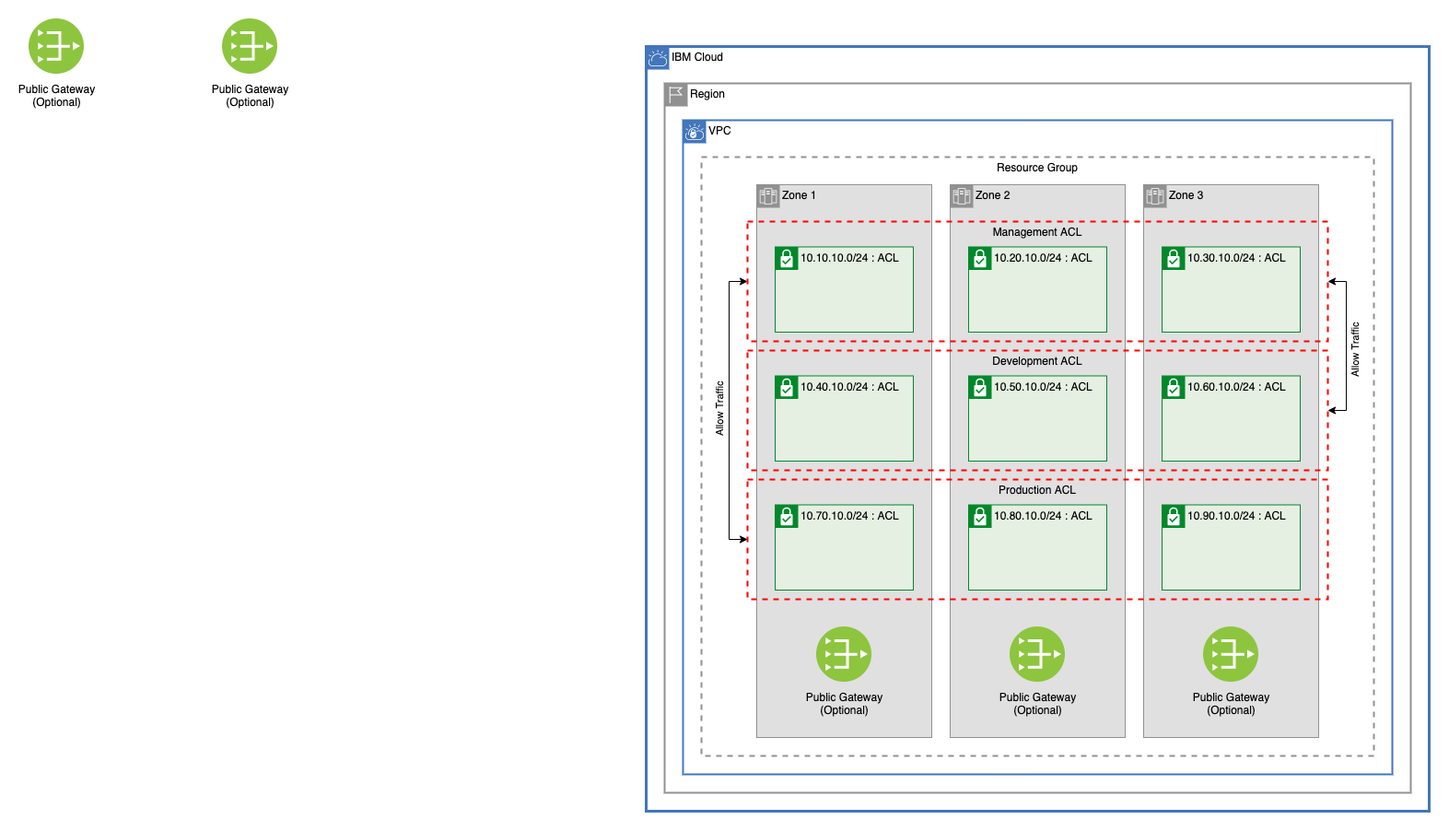
The draw.io diagram .docs/mt-vpc.png in Cloud-Schematics/easy-multitier-vpc, before a commit. Source tidied: cells renumbered, new cells last; positions are measured from the earlier drawing's top-left corner, leaving out a move shared by most shapes. The source it was exported from:
```xml
<mxGraphModel>
  <root>
    <mxCell id="0" />
    <mxCell id="1" parent="0" />
    <mxCell id="2" value="Zone 3" style="shape=mxgraph.ibm.box;prType=zone;fontStyle=0;verticalAlign=top;align=left;spacingLeft=32;spacingTop=4;fillColor=#E0E0E0;rounded=0;whiteSpace=wrap;html=1;strokeColor=#919191;strokeWidth=1;dashed=0;spacing=-4;" parent="1" vertex="1">
      <mxGeometry x="1210" y="180" width="190" height="600" as="geometry" />
    </mxCell>
    <mxCell id="3" value="Zone 2" style="shape=mxgraph.ibm.box;prType=zone;fontStyle=0;verticalAlign=top;align=left;spacingLeft=32;spacingTop=4;fillColor=#E0E0E0;rounded=0;whiteSpace=wrap;html=1;strokeColor=#919191;strokeWidth=1;dashed=0;spacing=-4;" parent="1" vertex="1">
      <mxGeometry x="1000" y="180" width="190" height="600" as="geometry" />
    </mxCell>
    <mxCell id="4" value="Zone 1" style="shape=mxgraph.ibm.box;prType=zone;fontStyle=0;verticalAlign=top;align=left;spacingLeft=32;spacingTop=4;fillColor=#E0E0E0;rounded=0;whiteSpace=wrap;html=1;strokeColor=#919191;strokeWidth=1;dashed=0;spacing=-4;" parent="1" vertex="1">
      <mxGeometry x="790" y="180" width="190" height="600" as="geometry" />
    </mxCell>
    <mxCell id="5" value="Production ACL" style="fontStyle=0;verticalAlign=top;align=center;spacingTop=-2;fillColor=none;rounded=0;whiteSpace=wrap;html=1;strokeColor=#FF0000;strokeWidth=2;dashed=1;labelBackgroundColor=none;fontColor=#000000;" parent="1" vertex="1">
      <mxGeometry x="780" y="500" width="630" height="130" as="geometry" />
    </mxCell>
    <mxCell id="6" value="Development ACL" style="fontStyle=0;verticalAlign=top;align=center;spacingTop=-2;fillColor=none;rounded=0;whiteSpace=wrap;html=1;strokeColor=#FF0000;strokeWidth=2;dashed=1;labelBackgroundColor=none;fontColor=#000000;" parent="1" vertex="1">
      <mxGeometry x="780" y="360" width="630" height="130" as="geometry" />
    </mxCell>
    <mxCell id="7" value="VPC" style="shape=mxgraph.ibm.box;prType=vpc;fontStyle=0;verticalAlign=top;align=left;spacingLeft=32;spacingTop=4;fillColor=none;rounded=0;whiteSpace=wrap;html=1;strokeColor=#4376BB;strokeWidth=2;dashed=0;spacing=-4;labelBackgroundColor=none;fontColor=#000000;" parent="1" vertex="1">
      <mxGeometry x="710" y="110" width="770" height="710" as="geometry" />
    </mxCell>
    <mxCell id="8" value="10.10.10.0/24 : ACL" style="shape=mxgraph.ibm.box;prType=subnet;fontStyle=0;verticalAlign=top;align=left;spacingLeft=32;spacingTop=4;fillColor=#E6F0E2;rounded=0;whiteSpace=wrap;html=1;strokeColor=#00882B;strokeWidth=1;dashed=0;spacing=-4;" parent="1" vertex="1">
      <mxGeometry x="810" y="247.5" width="150" height="92.5" as="geometry" />
    </mxCell>
    <mxCell id="9" value="10.20.10.0/24 : ACL" style="shape=mxgraph.ibm.box;prType=subnet;fontStyle=0;verticalAlign=top;align=left;spacingLeft=32;spacingTop=4;fillColor=#E6F0E2;rounded=0;whiteSpace=wrap;html=1;strokeColor=#00882B;strokeWidth=1;dashed=0;spacing=-4;" parent="1" vertex="1">
      <mxGeometry x="1020" y="247.5" width="150" height="92.5" as="geometry" />
    </mxCell>
    <mxCell id="10" value="10.30.10.0/24 : ACL" style="shape=mxgraph.ibm.box;prType=subnet;fontStyle=0;verticalAlign=top;align=left;spacingLeft=32;spacingTop=4;fillColor=#E6F0E2;rounded=0;whiteSpace=wrap;html=1;strokeColor=#00882B;strokeWidth=1;dashed=0;spacing=-4;" parent="1" vertex="1">
      <mxGeometry x="1230" y="247.5" width="150" height="92.5" as="geometry" />
    </mxCell>
    <mxCell id="11" value="Public Gateway&lt;br&gt;(Optional)" style="perimeter=ellipsePerimeter;html=1;align=center;shadow=0;dashed=0;fontColor=#000000;fontSize=12;spacingTop=3;image;image=img/lib/ibm/vpc/PublicGateway.svg;labelBackgroundColor=none;" parent="1" vertex="1">
      <mxGeometry width="60" height="60" as="geometry" />
    </mxCell>
    <mxCell id="12" value="Public Gateway&lt;br&gt;(Optional)" style="perimeter=ellipsePerimeter;html=1;align=center;shadow=0;dashed=0;fontColor=#000000;fontSize=12;spacingTop=3;image;image=img/lib/ibm/vpc/PublicGateway.svg;labelBackgroundColor=none;" parent="1" vertex="1">
      <mxGeometry x="210" width="60" height="60" as="geometry" />
    </mxCell>
    <mxCell id="13" value="Public Gateway&lt;br&gt;(Optional)" style="perimeter=ellipsePerimeter;html=1;align=center;shadow=0;dashed=0;fontColor=#000000;fontSize=12;spacingTop=3;image;image=img/lib/ibm/vpc/PublicGateway.svg;labelBackgroundColor=none;" parent="1" vertex="1">
      <mxGeometry x="855" y="660" width="60" height="60" as="geometry" />
    </mxCell>
    <mxCell id="14" value="Resource Group" style="fontStyle=0;verticalAlign=top;align=center;spacingTop=-2;fillColor=none;rounded=0;whiteSpace=wrap;html=1;strokeColor=#919191;strokeWidth=2;dashed=1;labelBackgroundColor=none;fontColor=#000000;" parent="1" vertex="1">
      <mxGeometry x="730" y="150" width="730" height="650" as="geometry" />
    </mxCell>
    <mxCell id="15" value="Region" style="shape=mxgraph.ibm.box;prType=region;fontStyle=0;verticalAlign=top;align=left;spacingLeft=32;spacingTop=4;fillColor=none;rounded=0;whiteSpace=wrap;html=1;strokeColor=#919191;strokeWidth=2;dashed=0;spacing=-4;labelBackgroundColor=none;fontColor=#000000;" parent="1" vertex="1">
      <mxGeometry x="690" y="70" width="810" height="770" as="geometry" />
    </mxCell>
    <mxCell id="16" value="IBM Cloud" style="shape=mxgraph.ibm.box;prType=cloud;fontStyle=0;verticalAlign=top;align=left;spacingLeft=32;spacingTop=4;fillColor=none;rounded=0;whiteSpace=wrap;html=1;strokeColor=#4376BB;strokeWidth=3;dashed=0;spacing=-4;labelBackgroundColor=none;fontColor=#000000;" parent="1" vertex="1">
      <mxGeometry x="670" y="30" width="850" height="830" as="geometry" />
    </mxCell>
    <mxCell id="17" style="edgeStyle=orthogonalEdgeStyle;rounded=0;jettySize=auto;html=1;exitX=0;exitY=0.5;exitDx=0;exitDy=0;entryX=0;entryY=0.5;entryDx=0;entryDy=0;fontColor=#000000;startArrow=classic;startFill=1;" parent="1" edge="1" source="20" target="5">
      <mxGeometry relative="1" as="geometry" />
    </mxCell>
    <mxCell id="18" value="Allow Traffic" style="edgeLabel;html=1;align=center;verticalAlign=middle;fontColor=#000000;horizontal=0;" parent="17" vertex="1">
      <mxGeometry x="-0.16" y="-1" relative="1" as="geometry">
        <mxPoint x="-9" y="26" as="offset" />
      </mxGeometry>
    </mxCell>
    <mxCell id="19" value="Allow Traffic" style="edgeStyle=orthogonalEdgeStyle;rounded=0;jettySize=auto;html=1;exitX=1;exitY=0.5;exitDx=0;exitDy=0;entryX=1;entryY=0.5;entryDx=0;entryDy=0;fontColor=#000000;startArrow=classic;startFill=1;horizontal=0;" parent="1" edge="1" source="20" target="6">
      <mxGeometry x="0.06" y="10" relative="1" as="geometry" />
    </mxCell>
    <mxCell id="20" value="Management ACL" style="fontStyle=0;verticalAlign=top;align=center;spacingTop=-2;fillColor=none;rounded=0;whiteSpace=wrap;html=1;strokeColor=#FF0000;strokeWidth=2;dashed=1;labelBackgroundColor=none;fontColor=#000000;" parent="1" vertex="1">
      <mxGeometry x="780" y="220" width="630" height="130" as="geometry" />
    </mxCell>
    <mxCell id="21" value="10.40.10.0/24 : ACL" style="shape=mxgraph.ibm.box;prType=subnet;fontStyle=0;verticalAlign=top;align=left;spacingLeft=32;spacingTop=4;fillColor=#E6F0E2;rounded=0;whiteSpace=wrap;html=1;strokeColor=#00882B;strokeWidth=1;dashed=0;spacing=-4;" parent="1" vertex="1">
      <mxGeometry x="810" y="387.5" width="150" height="92.5" as="geometry" />
    </mxCell>
    <mxCell id="22" value="10.50.10.0/24 : ACL" style="shape=mxgraph.ibm.box;prType=subnet;fontStyle=0;verticalAlign=top;align=left;spacingLeft=32;spacingTop=4;fillColor=#E6F0E2;rounded=0;whiteSpace=wrap;html=1;strokeColor=#00882B;strokeWidth=1;dashed=0;spacing=-4;" parent="1" vertex="1">
      <mxGeometry x="1020" y="387.5" width="150" height="92.5" as="geometry" />
    </mxCell>
    <mxCell id="23" value="10.60.10.0/24 : ACL" style="shape=mxgraph.ibm.box;prType=subnet;fontStyle=0;verticalAlign=top;align=left;spacingLeft=32;spacingTop=4;fillColor=#E6F0E2;rounded=0;whiteSpace=wrap;html=1;strokeColor=#00882B;strokeWidth=1;dashed=0;spacing=-4;" parent="1" vertex="1">
      <mxGeometry x="1230" y="387.5" width="150" height="92.5" as="geometry" />
    </mxCell>
    <mxCell id="24" value="10.70.10.0/24 : ACL" style="shape=mxgraph.ibm.box;prType=subnet;fontStyle=0;verticalAlign=top;align=left;spacingLeft=32;spacingTop=4;fillColor=#E6F0E2;rounded=0;whiteSpace=wrap;html=1;strokeColor=#00882B;strokeWidth=1;dashed=0;spacing=-4;" parent="1" vertex="1">
      <mxGeometry x="810" y="527.5" width="150" height="92.5" as="geometry" />
    </mxCell>
    <mxCell id="25" value="10.80.10.0/24 : ACL" style="shape=mxgraph.ibm.box;prType=subnet;fontStyle=0;verticalAlign=top;align=left;spacingLeft=32;spacingTop=4;fillColor=#E6F0E2;rounded=0;whiteSpace=wrap;html=1;strokeColor=#00882B;strokeWidth=1;dashed=0;spacing=-4;" parent="1" vertex="1">
      <mxGeometry x="1020" y="527.5" width="150" height="92.5" as="geometry" />
    </mxCell>
    <mxCell id="26" value="10.90.10.0/24 : ACL" style="shape=mxgraph.ibm.box;prType=subnet;fontStyle=0;verticalAlign=top;align=left;spacingLeft=32;spacingTop=4;fillColor=#E6F0E2;rounded=0;whiteSpace=wrap;html=1;strokeColor=#00882B;strokeWidth=1;dashed=0;spacing=-4;" parent="1" vertex="1">
      <mxGeometry x="1230" y="527.5" width="150" height="92.5" as="geometry" />
    </mxCell>
    <mxCell id="27" value="Public Gateway&lt;br&gt;(Optional)" style="perimeter=ellipsePerimeter;html=1;align=center;shadow=0;dashed=0;fontColor=#000000;fontSize=12;spacingTop=3;image;image=img/lib/ibm/vpc/PublicGateway.svg;labelBackgroundColor=none;" parent="1" vertex="1">
      <mxGeometry x="1065" y="660" width="60" height="60" as="geometry" />
    </mxCell>
    <mxCell id="28" value="Public Gateway&lt;br&gt;(Optional)" style="perimeter=ellipsePerimeter;html=1;align=center;shadow=0;dashed=0;fontColor=#000000;fontSize=12;spacingTop=3;image;image=img/lib/ibm/vpc/PublicGateway.svg;labelBackgroundColor=none;" parent="1" vertex="1">
      <mxGeometry x="1275" y="660" width="60" height="60" as="geometry" />
    </mxCell>
  </root>
</mxGraphModel>
```
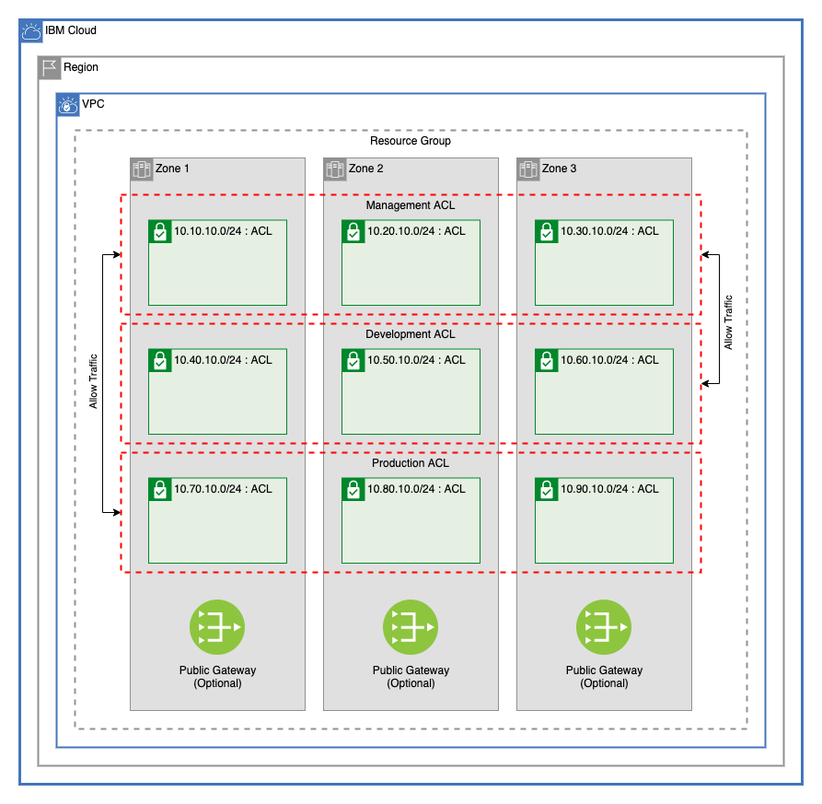
After the commit.

Change to the diagram source:
```diff
@@ -29,12 +29,6 @@
     <mxCell id="10" value="10.30.10.0/24 : ACL" style="shape=mxgraph.ibm.box;prType=subnet;fontStyle=0;verticalAlign=top;align=left;spacingLeft=32;spacingTop=4;fillColor=#E6F0E2;rounded=0;whiteSpace=wrap;html=1;strokeColor=#00882B;strokeWidth=1;dashed=0;spacing=-4;" parent="1" vertex="1">
       <mxGeometry x="1230" y="247.5" width="150" height="92.5" as="geometry" />
     </mxCell>
-    <mxCell id="11" value="Public Gateway&lt;br&gt;(Optional)" style="perimeter=ellipsePerimeter;html=1;align=center;shadow=0;dashed=0;fontColor=#000000;fontSize=12;spacingTop=3;image;image=img/lib/ibm/vpc/PublicGateway.svg;labelBackgroundColor=none;" parent="1" vertex="1">
-      <mxGeometry width="60" height="60" as="geometry" />
-    </mxCell>
-    <mxCell id="12" value="Public Gateway&lt;br&gt;(Optional)" style="perimeter=ellipsePerimeter;html=1;align=center;shadow=0;dashed=0;fontColor=#000000;fontSize=12;spacingTop=3;image;image=img/lib/ibm/vpc/PublicGateway.svg;labelBackgroundColor=none;" parent="1" vertex="1">
-      <mxGeometry x="210" width="60" height="60" as="geometry" />
-    </mxCell>
     <mxCell id="13" value="Public Gateway&lt;br&gt;(Optional)" style="perimeter=ellipsePerimeter;html=1;align=center;shadow=0;dashed=0;fontColor=#000000;fontSize=12;spacingTop=3;image;image=img/lib/ibm/vpc/PublicGateway.svg;labelBackgroundColor=none;" parent="1" vertex="1">
       <mxGeometry x="855" y="660" width="60" height="60" as="geometry" />
     </mxCell>
```
